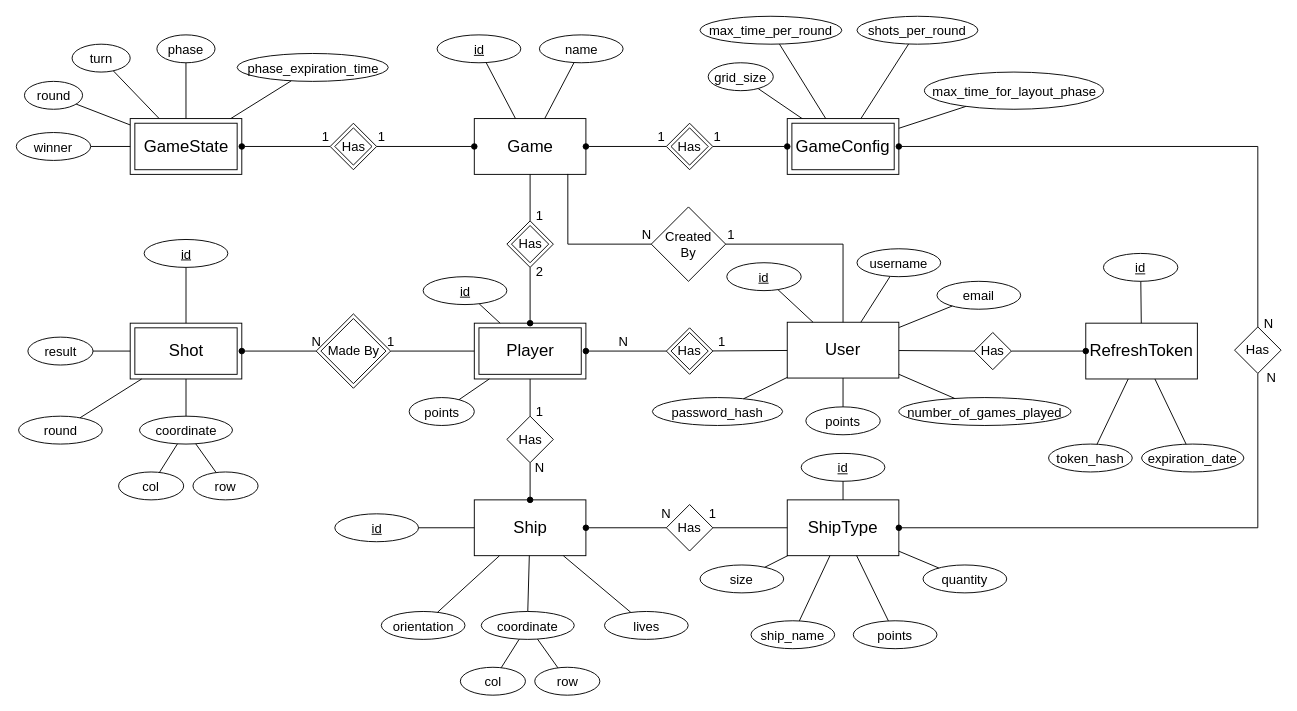
This is page "er-diagram" (1 of 3) of docs/diagrams/battleships-diagrams.drawio from bodybuilders-team/battleships-web, a draw.io file, before an edit. Source tidied: cells renumbered, new cells numbered last; positions are measured from the earlier drawing's top-left corner, leaving out a move shared by most shapes. Both pictures are drawn from the tidied source at 93%, with x=0, y=0 at pixel (16, 16).
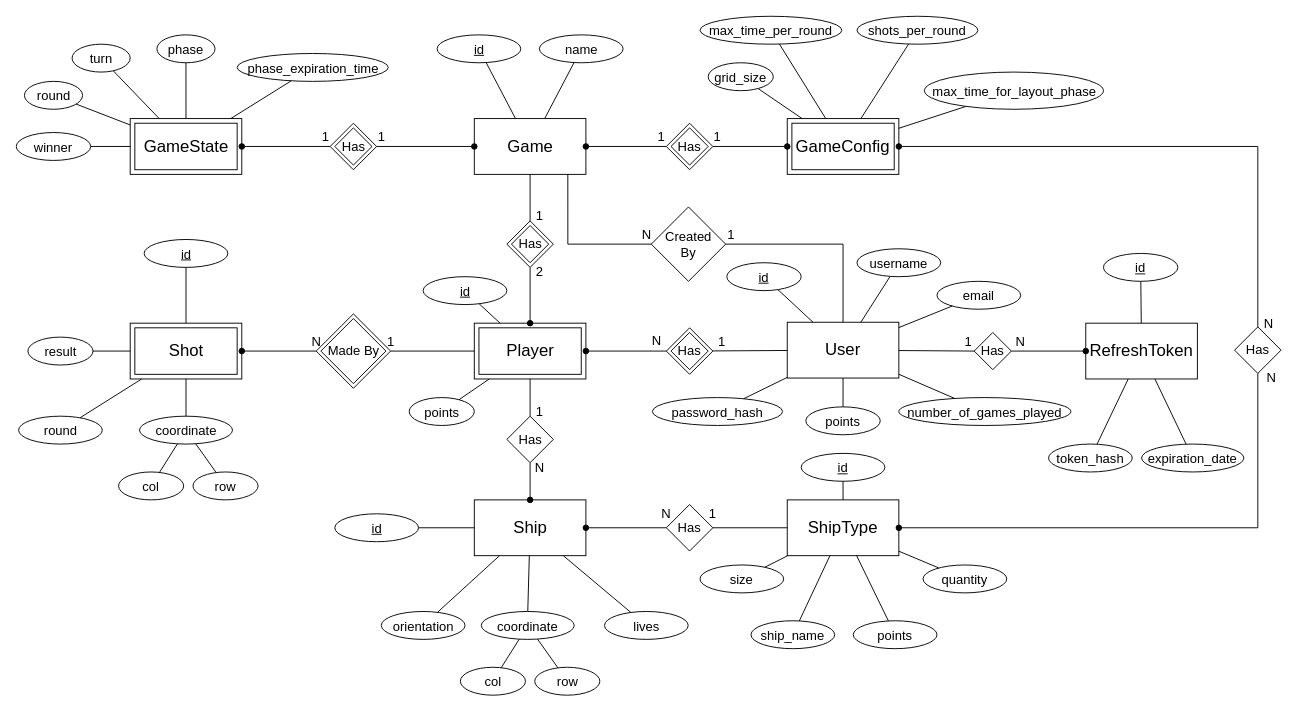
After the change.

Diff of the diagram source:
```diff
@@
     <mxCell id="29" value="N" style="text;html=1;strokeColor=none;fillColor=none;align=center;verticalAlign=middle;whiteSpace=wrap;rounded=0;fontSize=14;" parent="1" vertex="1">
-      <mxGeometry x="642.5" y="335" width="20" height="30" as="geometry" />
+      <mxGeometry x="679" y="334" width="20" height="30" as="geometry" />
     </mxCell>
@@
+    <mxCell id="146" value="N" style="text;html=1;strokeColor=none;fillColor=none;align=center;verticalAlign=middle;whiteSpace=wrap;rounded=0;fontSize=14;" parent="1" vertex="1">
+      <mxGeometry x="1070" y="335" width="20" height="30" as="geometry" />
+    </mxCell>
+    <mxCell id="147" value="1" style="text;html=1;strokeColor=none;fillColor=none;align=center;verticalAlign=middle;whiteSpace=wrap;rounded=0;fontSize=14;" parent="1" vertex="1">
+      <mxGeometry x="1014" y="335" width="20" height="30" as="geometry" />
+    </mxCell>
```
